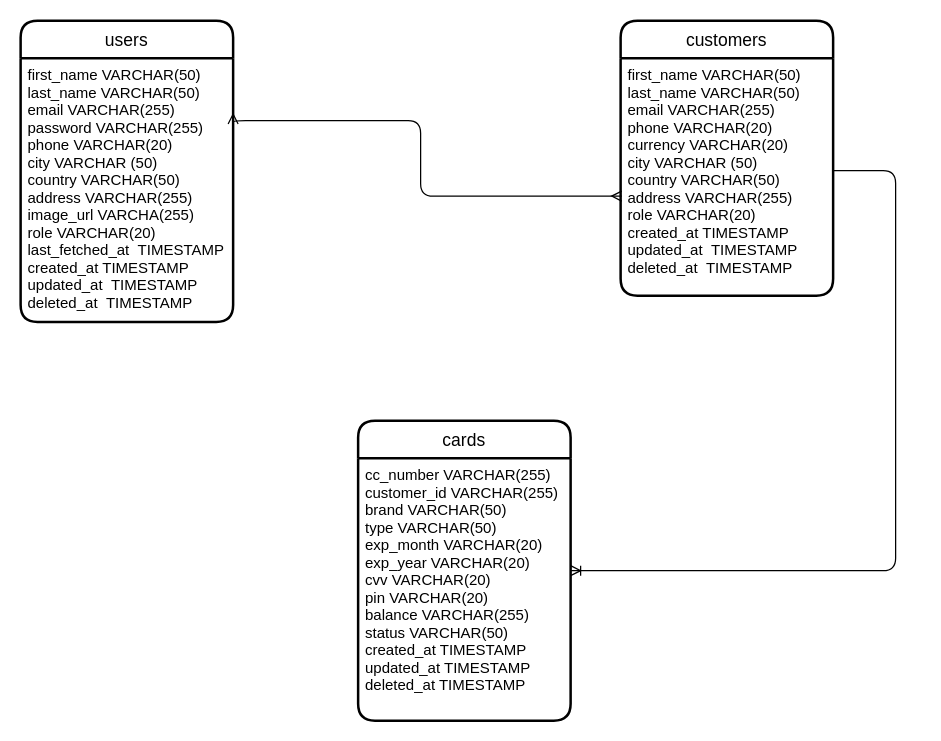
Earlier version of the draw.io diagram db.drawio (takanome-dev/pay-wise). Source tidied: cells renumbered, new cells numbered last; positions are measured from the earlier drawing's top-left corner, leaving out a move shared by most shapes. Both pictures are drawn from the tidied source at 125%, with x=0, y=0 at pixel (20, 20).
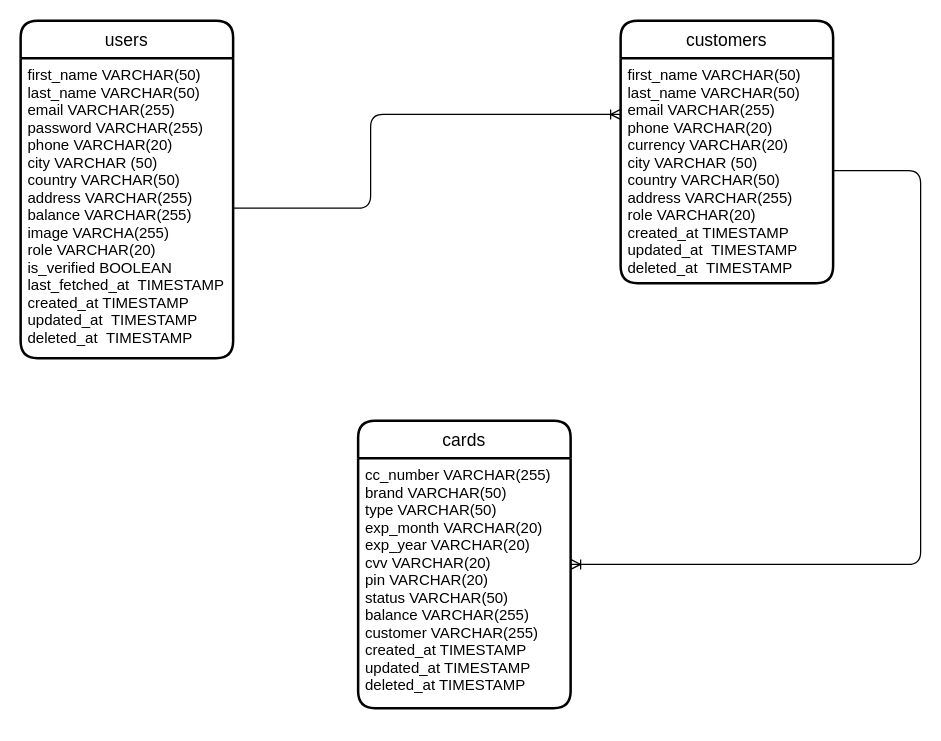
The same page after the edit.

What changed in the source:
```diff
@@
 <mxGraphModel>
   <root>
     <mxCell id="0" />
     <mxCell id="1" parent="0" />
     <mxCell id="2" value="users" style="swimlane;horizontal=1;startSize=30;rounded=1;fontSize=14;fontStyle=0;strokeWidth=2;shadow=0;dashed=0;align=center;" parent="1" vertex="1">
-      <mxGeometry width="170" height="241" as="geometry" />
+      <mxGeometry width="170" height="270" as="geometry" />
     </mxCell>
-    <mxCell id="3" value="first_name VARCHAR(50)&#10;last_name VARCHAR(50)&#10;email VARCHAR(255)&#10;password VARCHAR(255)&#10;phone VARCHAR(20)&#10;city VARCHAR (50)&#10;country VARCHAR(50)&#10;address VARCHAR(255)&#10;image_url VARCHA(255)&#10;role VARCHAR(20)&#10;last_fetched_at  TIMESTAMP&#10;created_at TIMESTAMP&#10;updated_at  TIMESTAMP&#10;deleted_at  TIMESTAMP" style="align=left;strokeColor=none;fillColor=none;spacingLeft=4;fontSize=12;verticalAlign=top;" parent="2" vertex="1">
-      <mxGeometry y="30" width="170" height="211" as="geometry" />
+    <mxCell id="3" value="first_name VARCHAR(50)&#10;last_name VARCHAR(50)&#10;email VARCHAR(255)&#10;password VARCHAR(255)&#10;phone VARCHAR(20)&#10;city VARCHAR (50)&#10;country VARCHAR(50)&#10;address VARCHAR(255)&#10;balance VARCHAR(255)&#10;image VARCHA(255)&#10;role VARCHAR(20)&#10;is_verified BOOLEAN&#10;last_fetched_at  TIMESTAMP&#10;created_at TIMESTAMP&#10;updated_at  TIMESTAMP&#10;deleted_at  TIMESTAMP" style="align=left;strokeColor=none;fillColor=none;spacingLeft=4;fontSize=12;verticalAlign=top;" parent="2" vertex="1">
+      <mxGeometry y="30" width="170" height="240" as="geometry" />
     </mxCell>
     <mxCell id="4" value="customers" style="swimlane;horizontal=1;startSize=30;rounded=1;fontSize=14;fontStyle=0;strokeWidth=2;shadow=0;dashed=0;align=center;" parent="1" vertex="1">
-      <mxGeometry x="480" width="170" height="220" as="geometry" />
+      <mxGeometry x="480" width="170" height="210" as="geometry" />
     </mxCell>
     <mxCell id="5" value="first_name VARCHAR(50)&#10;last_name VARCHAR(50)&#10;email VARCHAR(255)&#10;phone VARCHAR(20)&#10;currency VARCHAR(20)&#10;city VARCHAR (50)&#10;country VARCHAR(50)&#10;address VARCHAR(255)&#10;role VARCHAR(20)&#10;created_at TIMESTAMP&#10;updated_at  TIMESTAMP&#10;deleted_at  TIMESTAMP" style="align=left;strokeColor=none;fillColor=none;spacingLeft=4;fontSize=12;verticalAlign=top;" parent="4" vertex="1">
-      <mxGeometry y="30" width="170" height="190" as="geometry" />
+      <mxGeometry y="30" width="170" height="180" as="geometry" />
     </mxCell>
     <mxCell id="6" value="cards" style="swimlane;horizontal=1;startSize=30;rounded=1;fontSize=14;fontStyle=0;strokeWidth=2;shadow=0;dashed=0;align=center;" parent="1" vertex="1">
-      <mxGeometry x="270" y="320" width="170" height="240" as="geometry" />
+      <mxGeometry x="270" y="320" width="170" height="230" as="geometry" />
     </mxCell>
-    <mxCell id="7" value="cc_number VARCHAR(255)&#10;customer_id VARCHAR(255)&#10;brand VARCHAR(50)&#10;type VARCHAR(50)&#10;exp_month VARCHAR(20)&#10;exp_year VARCHAR(20)&#10;cvv VARCHAR(20)&#10;pin VARCHAR(20)&#10;balance VARCHAR(255)&#10;status VARCHAR(50)&#10;created_at TIMESTAMP&#10;updated_at TIMESTAMP&#10;deleted_at TIMESTAMP" style="align=left;strokeColor=none;fillColor=none;spacingLeft=4;fontSize=12;verticalAlign=top;" parent="6" vertex="1">
-      <mxGeometry y="30" width="170" height="210" as="geometry" />
+    <mxCell id="7" value="cc_number VARCHAR(255)&#10;brand VARCHAR(50)&#10;type VARCHAR(50)&#10;exp_month VARCHAR(20)&#10;exp_year VARCHAR(20)&#10;cvv VARCHAR(20)&#10;pin VARCHAR(20)&#10;status VARCHAR(50)&#10;balance VARCHAR(255)&#10;customer VARCHAR(255)&#10;created_at TIMESTAMP&#10;updated_at TIMESTAMP&#10;deleted_at TIMESTAMP" style="align=left;strokeColor=none;fillColor=none;spacingLeft=4;fontSize=12;verticalAlign=top;" parent="6" vertex="1">
+      <mxGeometry y="30" width="170" height="200" as="geometry" />
     </mxCell>
+    <mxCell id="9" style="edgeStyle=elbowEdgeStyle;fontSize=12;html=1;endArrow=ERoneToMany;" parent="1" edge="1" target="6">
+      <mxGeometry relative="1" as="geometry">
+        <mxPoint x="650" y="120" as="sourcePoint" />
+        <Array as="points">
+          <mxPoint x="720" y="280" />
+          <mxPoint x="700" y="190" />
+          <mxPoint x="670" y="70" />
+          <mxPoint x="720" y="110" />
+          <mxPoint x="720" y="240" />
+        </Array>
+      </mxGeometry>
+    </mxCell>
-    <mxCell id="8" style="edgeStyle=orthogonalEdgeStyle;fontSize=12;html=1;endArrow=ERmany;startArrow=ERmany;exitX=1;exitY=0.25;exitDx=0;exitDy=0;entryX=0.005;entryY=0.581;entryDx=0;entryDy=0;entryPerimeter=0;" parent="1" edge="1" source="3" target="5">
+    <mxCell id="8" style="edgeStyle=elbowEdgeStyle;fontSize=12;html=1;endArrow=ERoneToMany;exitX=1;exitY=0.5;exitDx=0;exitDy=0;entryX=0;entryY=0.25;entryDx=0;entryDy=0;" parent="1" edge="1" source="3" target="5">
       <mxGeometry relative="1" as="geometry">
         <Array as="points">
-          <mxPoint x="170" y="80" />
-          <mxPoint x="320" y="80" />
+          <mxPoint x="280" y="90" />
+          <mxPoint x="280" y="110" />
+          <mxPoint x="270" y="-30" />
+          <mxPoint x="320" y="10" />
           <mxPoint x="320" y="140" />
         </Array>
       </mxGeometry>
     </mxCell>
-    <mxCell id="9" style="edgeStyle=elbowEdgeStyle;fontSize=12;html=1;endArrow=ERoneToMany;" parent="1" edge="1" target="6">
-      <mxGeometry relative="1" as="geometry">
-        <mxPoint x="650" y="120" as="sourcePoint" />
-        <Array as="points">
-          <mxPoint x="700" y="190" />
-          <mxPoint x="670" y="70" />
-          <mxPoint x="720" y="110" />
-          <mxPoint x="720" y="240" />
-        </Array>
-      </mxGeometry>
-    </mxCell>
   </root>
 </mxGraphModel>
```
